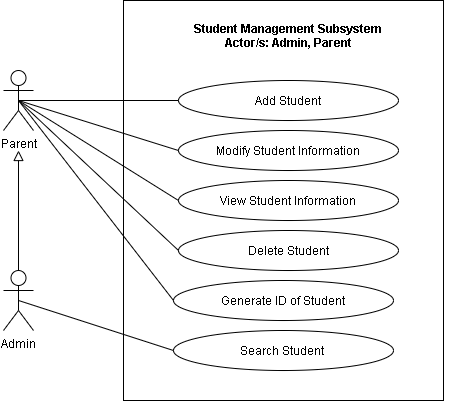
The draw.io diagram REVISIONS/UML-DIAGRAMS/6-9-2021/USE CASE/Diagram-SMS.png in mrklglsn/CAPSTONE-FILES, before a commit. Source tidied: cells renumbered, new cells last; positions are measured from the earlier drawing's top-left corner, leaving out a move shared by most shapes.
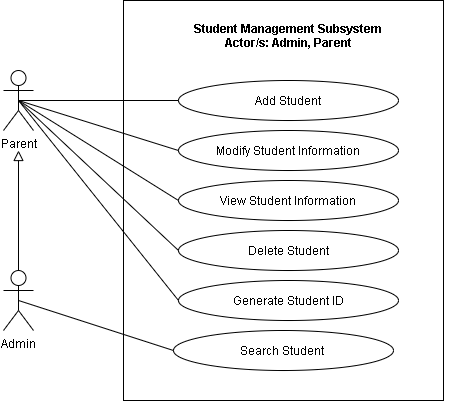
After the change.

Change to the diagram source:
```diff
@@ -49,8 +49,8 @@
     <mxCell id="16" value="Search Student&amp;nbsp;" style="ellipse;whiteSpace=wrap;html=1;fillColor=none;" parent="1" vertex="1">
       <mxGeometry x="170" y="330" width="220" height="40" as="geometry" />
     </mxCell>
-    <mxCell id="17" value="Generate ID of Student" style="ellipse;whiteSpace=wrap;html=1;fillColor=none;" parent="1" vertex="1">
-      <mxGeometry x="170" y="280" width="220" height="40" as="geometry" />
+    <mxCell id="17" value="Generate Student ID" style="ellipse;whiteSpace=wrap;html=1;fillColor=none;" parent="1" vertex="1">
+      <mxGeometry x="175" y="280" width="220" height="40" as="geometry" />
     </mxCell>
     <mxCell id="18" value="Delete Student" style="ellipse;whiteSpace=wrap;html=1;fillColor=none;" parent="1" vertex="1">
       <mxGeometry x="175" y="230" width="220" height="40" as="geometry" />
```
